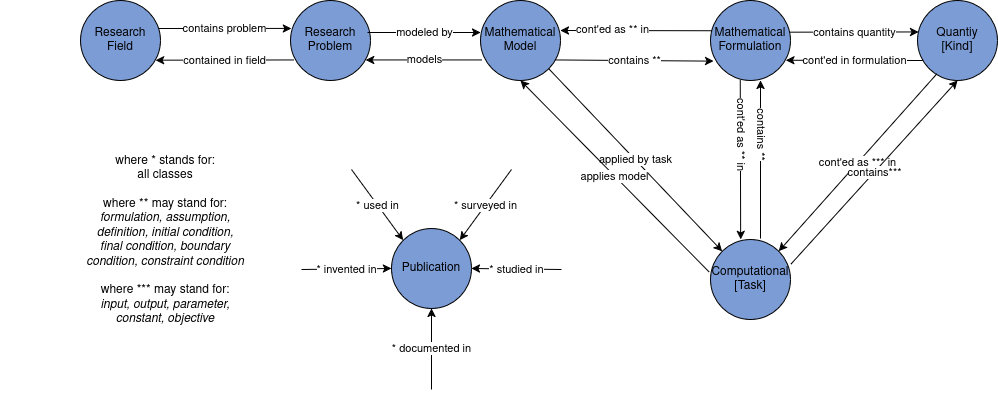
The draw.io diagram docs/customSections/images/MathModDB.png in MaRDI4NFDI/MathModDB, before a commit. Source tidied: cells renumbered, new cells last; positions are measured from the earlier drawing's top-left corner, leaving out a move shared by most shapes.
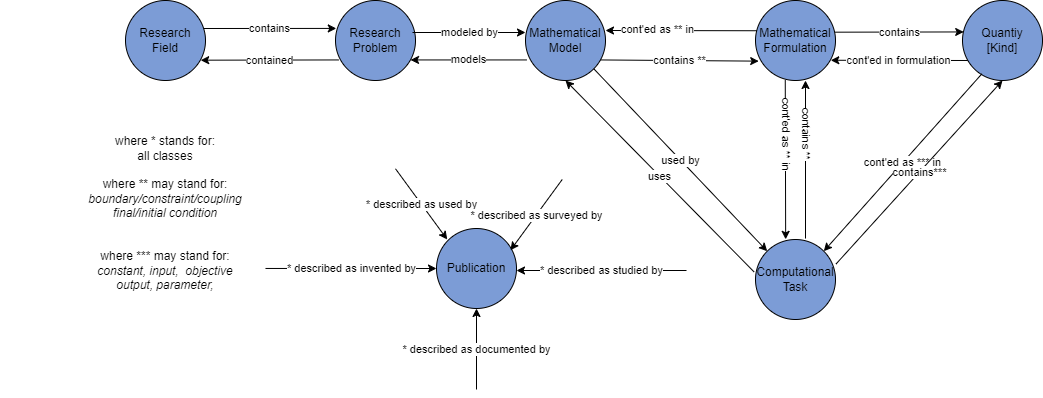
After the commit.

Change to the diagram source:
```diff
@@ -17,15 +17,15 @@
     <mxCell id="6" value="Quantiy&lt;br&gt;[Kind]" style="ellipse;whiteSpace=wrap;html=1;fillColor=#7c9cd6;" parent="1" vertex="1">
       <mxGeometry x="917" width="80" height="80" as="geometry" />
     </mxCell>
-    <mxCell id="7" value="Computational&lt;br&gt;[Task]" style="ellipse;whiteSpace=wrap;html=1;fillColor=#7c9cd6;" parent="1" vertex="1">
-      <mxGeometry x="710" y="239" width="80" height="80" as="geometry" />
-    </mxCell>
-    <mxCell id="8" value="contains problem" style="endArrow=classic;html=1;rounded=0;entryX=0.01;entryY=0.349;entryDx=0;entryDy=0;entryPerimeter=0;" parent="1" edge="1" target="3">
-      <mxGeometry relative="1" as="geometry">
-        <mxPoint x="158" y="28" as="sourcePoint" />
-      </mxGeometry>
-    </mxCell>
+    <mxCell id="29" value="Computational&lt;br&gt;Task" style="ellipse;whiteSpace=wrap;html=1;fillColor=#7c9cd6;" parent="1" vertex="1">
+      <mxGeometry x="710" y="239" width="80" height="80" as="geometry" />
+    </mxCell>
+    <mxCell id="30" value="contains" style="endArrow=classic;html=1;rounded=0;entryX=0.01;entryY=0.349;entryDx=0;entryDy=0;entryPerimeter=0;" parent="1" edge="1" target="3">
+      <mxGeometry relative="1" as="geometry">
+        <mxPoint x="158" y="28" as="sourcePoint" />
+      </mxGeometry>
+    </mxCell>
-    <mxCell id="9" value="contained in field" style="endArrow=classic;html=1;rounded=0;exitX=0.042;exitY=0.743;exitDx=0;exitDy=0;exitPerimeter=0;entryX=0.94;entryY=0.746;entryDx=0;entryDy=0;entryPerimeter=0;" parent="1" edge="1" source="3" target="2">
+    <mxCell id="9" value="contained" style="endArrow=classic;html=1;rounded=0;exitX=0.042;exitY=0.743;exitDx=0;exitDy=0;exitPerimeter=0;entryX=0.94;entryY=0.746;entryDx=0;entryDy=0;entryPerimeter=0;" parent="1" edge="1" source="3" target="2">
       <mxGeometry relative="1" as="geometry" />
     </mxCell>
     <mxCell id="10" value="modeled by" style="endArrow=classic;html=1;rounded=0;entryX=0;entryY=0.4;entryDx=0;entryDy=0;entryPerimeter=0;" parent="1" edge="1" target="4">
@@ -42,60 +42,61 @@
     <mxCell id="13" value="cont'ed as ** in" style="endArrow=classic;html=1;rounded=0;exitX=0.015;exitY=0.378;exitDx=0;exitDy=0;exitPerimeter=0;entryX=1;entryY=0.375;entryDx=0;entryDy=0;entryPerimeter=0;" parent="1" edge="1" source="5" target="4">
       <mxGeometry x="0.31" y="-1" relative="1" as="geometry" />
     </mxCell>
-    <mxCell id="14" value="contains quantity" style="endArrow=classic;html=1;rounded=0;exitX=0.99;exitY=0.396;exitDx=0;exitDy=0;exitPerimeter=0;entryX=0.015;entryY=0.393;entryDx=0;entryDy=0;entryPerimeter=0;" parent="1" edge="1" source="5" target="6">
-      <mxGeometry relative="1" as="geometry" />
+    <mxCell id="14" value="contains" style="endArrow=classic;html=1;rounded=0;exitX=0.99;exitY=0.396;exitDx=0;exitDy=0;exitPerimeter=0;entryX=0.015;entryY=0.393;entryDx=0;entryDy=0;entryPerimeter=0;" parent="1" edge="1" source="5" target="6">
+      <mxGeometry x="0.01" relative="1" as="geometry" />
     </mxCell>
     <mxCell id="15" value="cont'ed in formulation" style="endArrow=classic;html=1;rounded=0;entryX=0.941;entryY=0.747;entryDx=0;entryDy=0;entryPerimeter=0;exitX=0.067;exitY=0.75;exitDx=0;exitDy=0;exitPerimeter=0;" parent="1" edge="1" source="6" target="5">
       <mxGeometry relative="1" as="geometry" />
     </mxCell>
-    <mxCell id="16" value="applied by task" style="endArrow=classic;html=1;rounded=0;exitX=1;exitY=1;exitDx=0;exitDy=0;entryX=0;entryY=0;entryDx=0;entryDy=0;" parent="1" edge="1" source="4" target="7">
-      <mxGeometry relative="1" as="geometry" />
-    </mxCell>
-    <mxCell id="17" value="applies model" style="endArrow=classic;html=1;rounded=0;exitX=-0.019;exitY=0.404;exitDx=0;exitDy=0;exitPerimeter=0;entryX=0.5;entryY=1;entryDx=0;entryDy=0;" parent="1" edge="1" source="7" target="4">
-      <mxGeometry relative="1" as="geometry" />
-    </mxCell>
+    <mxCell id="31" value="used by" style="endArrow=classic;html=1;rounded=0;exitX=1;exitY=1;exitDx=0;exitDy=0;entryX=0;entryY=0;entryDx=0;entryDy=0;" parent="1" edge="1" source="4" target="29">
+      <mxGeometry relative="1" as="geometry" />
+    </mxCell>
+    <mxCell id="32" value="uses" style="endArrow=classic;html=1;rounded=0;exitX=-0.019;exitY=0.404;exitDx=0;exitDy=0;exitPerimeter=0;entryX=0.5;entryY=1;entryDx=0;entryDy=0;" parent="1" edge="1" source="29" target="4">
+      <mxGeometry relative="1" as="geometry" />
+    </mxCell>
-    <mxCell id="18" value="cont'ed as ** in" style="endArrow=classic;html=1;rounded=0;exitX=0.372;exitY=0.993;exitDx=0;exitDy=0;exitPerimeter=0;entryX=0.377;entryY=-0.002;entryDx=0;entryDy=0;entryPerimeter=0;textDirection=vertical-rl;" parent="1" edge="1" source="5" target="7">
+    <mxCell id="18" value="cont'ed as ** in" style="endArrow=classic;html=1;rounded=0;exitX=0.372;exitY=0.993;exitDx=0;exitDy=0;exitPerimeter=0;entryX=0.377;entryY=-0.002;entryDx=0;entryDy=0;entryPerimeter=0;textDirection=vertical-rl;" parent="1" edge="1" source="5" target="29">
       <mxGeometry relative="1" as="geometry" />
     </mxCell>
-    <mxCell id="19" value="contains **" style="endArrow=classic;html=1;rounded=0;exitX=0.625;exitY=-0.012;exitDx=0;exitDy=0;exitPerimeter=0;entryX=0.625;entryY=1;entryDx=0;entryDy=0;entryPerimeter=0;textDirection=vertical-lr;" parent="1" edge="1" source="7" target="5">
+    <mxCell id="19" value="contains **" style="endArrow=classic;html=1;rounded=0;exitX=0.625;exitY=-0.012;exitDx=0;exitDy=0;exitPerimeter=0;entryX=0.625;entryY=1;entryDx=0;entryDy=0;entryPerimeter=0;textDirection=vertical-lr;" parent="1" edge="1" source="29" target="5">
       <mxGeometry relative="1" as="geometry" />
     </mxCell>
-    <mxCell id="20" value="cont'ed as *** in" style="endArrow=classic;html=1;rounded=0;exitX=0.241;exitY=0.918;exitDx=0;exitDy=0;exitPerimeter=0;entryX=1;entryY=0;entryDx=0;entryDy=0;" parent="1" edge="1" source="6" target="7">
+    <mxCell id="20" value="cont'ed as *** in" style="endArrow=classic;html=1;rounded=0;exitX=0.241;exitY=0.918;exitDx=0;exitDy=0;exitPerimeter=0;entryX=1;entryY=0;entryDx=0;entryDy=0;" parent="1" edge="1" source="6" target="29">
       <mxGeometry relative="1" as="geometry" />
     </mxCell>
-    <mxCell id="21" value="contains***" style="endArrow=classic;html=1;rounded=0;entryX=0.5;entryY=1;entryDx=0;entryDy=0;exitX=1.005;exitY=0.308;exitDx=0;exitDy=0;exitPerimeter=0;" parent="1" edge="1" source="7" target="6">
+    <mxCell id="21" value="contains***" style="endArrow=classic;html=1;rounded=0;entryX=0.5;entryY=1;entryDx=0;entryDy=0;exitX=1.005;exitY=0.308;exitDx=0;exitDy=0;exitPerimeter=0;" parent="1" edge="1" source="29" target="6">
       <mxGeometry relative="1" as="geometry" />
     </mxCell>
     <mxCell id="22" value="Publication" style="ellipse;whiteSpace=wrap;html=1;fillColor=#7c9cd6;" parent="1" vertex="1">
       <mxGeometry x="391" y="228" width="80" height="80" as="geometry" />
     </mxCell>
-    <mxCell id="23" value="* used in" style="endArrow=classic;html=1;rounded=0;entryX=0;entryY=0;entryDx=0;entryDy=0;" parent="1" edge="1" target="22">
-      <mxGeometry relative="1" as="geometry">
-        <mxPoint x="351" y="169" as="sourcePoint" />
-      </mxGeometry>
-    </mxCell>
-    <mxCell id="24" value="* studied in" style="endArrow=classic;html=1;rounded=0;entryX=1;entryY=0.5;entryDx=0;entryDy=0;" parent="1" edge="1" target="22">
-      <mxGeometry relative="1" as="geometry">
-        <mxPoint x="561" y="269" as="sourcePoint" />
-      </mxGeometry>
-    </mxCell>
-    <mxCell id="25" value="* documented in" style="endArrow=classic;html=1;rounded=0;entryX=0.5;entryY=1;entryDx=0;entryDy=0;" parent="1" edge="1" target="22">
-      <mxGeometry relative="1" as="geometry">
-        <mxPoint x="431" y="389" as="sourcePoint" />
-      </mxGeometry>
-    </mxCell>
-    <mxCell id="26" value="* invented in" style="endArrow=classic;html=1;rounded=0;entryX=0;entryY=0.5;entryDx=0;entryDy=0;" parent="1" edge="1" target="22">
-      <mxGeometry relative="1" as="geometry">
-        <mxPoint x="301" y="269" as="sourcePoint" />
-      </mxGeometry>
-    </mxCell>
-    <mxCell id="27" value="* surveyed in" style="endArrow=classic;html=1;rounded=0;entryX=1;entryY=0;entryDx=0;entryDy=0;" parent="1" edge="1" target="22">
-      <mxGeometry relative="1" as="geometry">
-        <mxPoint x="511" y="169" as="sourcePoint" />
-      </mxGeometry>
-    </mxCell>
-    <mxCell id="28" value="where * stands for:&lt;br&gt;&lt;div&gt;all classes&lt;/div&gt;&lt;div&gt;&lt;br&gt;&lt;/div&gt;where ** may stand for:&lt;br&gt;&lt;i&gt;formulation, assumption,&lt;br&gt;definition, initial condition,&lt;br&gt;final condition, boundary&lt;br&gt;condition, constraint condition&lt;br&gt;&lt;/i&gt;&lt;div&gt;&lt;br&gt;&lt;/div&gt;&lt;div&gt;where *** may stand for:&lt;/div&gt;&lt;i&gt;input, output, parameter,&lt;br&gt;constant, objective&lt;br&gt;&lt;/i&gt;" style="text;html=1;align=center;verticalAlign=middle;whiteSpace=wrap;rounded=0;" parent="1" vertex="1">
-      <mxGeometry y="130" width="330" height="220" as="geometry" />
-    </mxCell>
+    <mxCell id="33" value="* described as used by" style="endArrow=classic;html=1;rounded=0;entryX=0;entryY=0;entryDx=0;entryDy=0;" parent="1" edge="1">
+      <mxGeometry relative="1" as="geometry">
+        <mxPoint x="350" y="168.3" as="sourcePoint" />
+        <mxPoint x="401.7" y="239" as="targetPoint" />
+      </mxGeometry>
+    </mxCell>
+    <mxCell id="34" value="* described as studied by" style="endArrow=classic;html=1;rounded=0;entryX=1;entryY=0.5;entryDx=0;entryDy=0;" parent="1" edge="1">
+      <mxGeometry relative="1" as="geometry">
+        <mxPoint x="641" y="270" as="sourcePoint" />
+        <mxPoint x="471" y="270" as="targetPoint" />
+      </mxGeometry>
+    </mxCell>
+    <mxCell id="35" value="* described as documented by" style="endArrow=classic;html=1;rounded=0;entryX=0.5;entryY=1;entryDx=0;entryDy=0;" parent="1" edge="1" target="22">
+      <mxGeometry relative="1" as="geometry">
+        <mxPoint x="431" y="389" as="sourcePoint" />
+      </mxGeometry>
+    </mxCell>
+    <mxCell id="36" value="* described as invented by" style="endArrow=classic;html=1;rounded=0;entryX=0;entryY=0.5;entryDx=0;entryDy=0;exitX=0.803;exitY=0.718;exitDx=0;exitDy=0;exitPerimeter=0;" parent="1" edge="1" source="38" target="22">
+      <mxGeometry relative="1" as="geometry" />
+    </mxCell>
+    <mxCell id="37" value="* described as surveyed by" style="endArrow=classic;html=1;rounded=0;entryX=1;entryY=0;entryDx=0;entryDy=0;" parent="1" edge="1">
+      <mxGeometry relative="1" as="geometry">
+        <mxPoint x="516.7" y="179" as="sourcePoint" />
+        <mxPoint x="465" y="249.7" as="targetPoint" />
+      </mxGeometry>
+    </mxCell>
+    <mxCell id="38" value="where * stands for:&lt;br&gt;&lt;div&gt;all classes&lt;/div&gt;&lt;div&gt;&lt;br&gt;&lt;/div&gt;where ** may stand for:&lt;br&gt;&lt;i&gt;boundary/&lt;/i&gt;&lt;i&gt;constraint/coupling&lt;br&gt;&lt;/i&gt;&lt;i&gt;final/&lt;/i&gt;&lt;i style=&quot;background-color: transparent; color: light-dark(rgb(0, 0, 0), rgb(255, 255, 255));&quot;&gt;initial&amp;nbsp;&lt;/i&gt;&lt;i style=&quot;background-color: transparent; color: light-dark(rgb(0, 0, 0), rgb(255, 255, 255));&quot;&gt;condition&lt;/i&gt;&lt;div&gt;&lt;div&gt;&lt;i&gt;&lt;br&gt;&lt;/i&gt;&lt;div&gt;&lt;br&gt;&lt;/div&gt;&lt;div&gt;where *** may stand for:&lt;/div&gt;&lt;i&gt;constant,&amp;nbsp;&lt;/i&gt;&lt;i&gt;input,&amp;nbsp;&lt;/i&gt;&lt;i style=&quot;background-color: transparent; color: light-dark(rgb(0, 0, 0), rgb(255, 255, 255));&quot;&gt;&amp;nbsp;objective&lt;/i&gt;&lt;/div&gt;&lt;div&gt;&lt;i style=&quot;background-color: transparent; color: light-dark(rgb(0, 0, 0), rgb(255, 255, 255));&quot;&gt;output, parameter,&lt;/i&gt;&lt;/div&gt;&lt;div&gt;&lt;i&gt;&lt;br&gt;&lt;/i&gt;&lt;/div&gt;&lt;/div&gt;" style="text;html=1;align=center;verticalAlign=middle;whiteSpace=wrap;rounded=0;" parent="1" vertex="1">
+      <mxGeometry x="-45" y="110" width="330" height="220" as="geometry" />
+    </mxCell>
   </root>
 </mxGraphModel>
```
